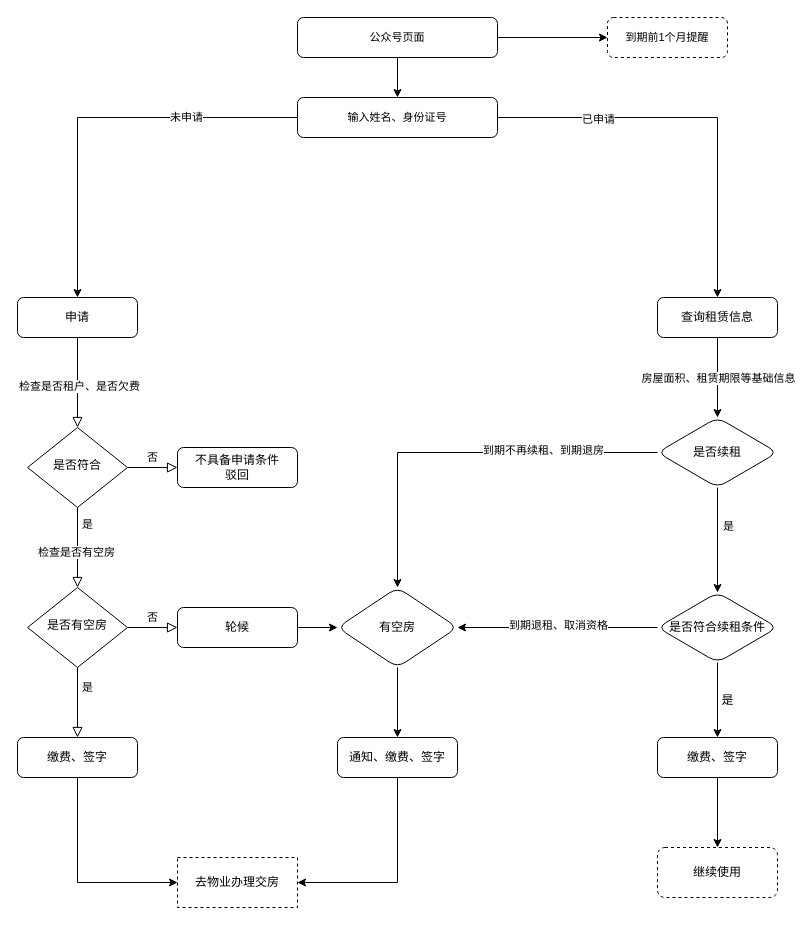
The draw.io diagram 未命名绘图.drawio in gaorock530/brainstorm, before the edit. Source tidied: cells renumbered, new cells numbered last; positions are measured from the earlier drawing's top-left corner, leaving out a move shared by most shapes. Both pictures are drawn from the tidied source at 100%, with x=0, y=0 at pixel (17, 17).
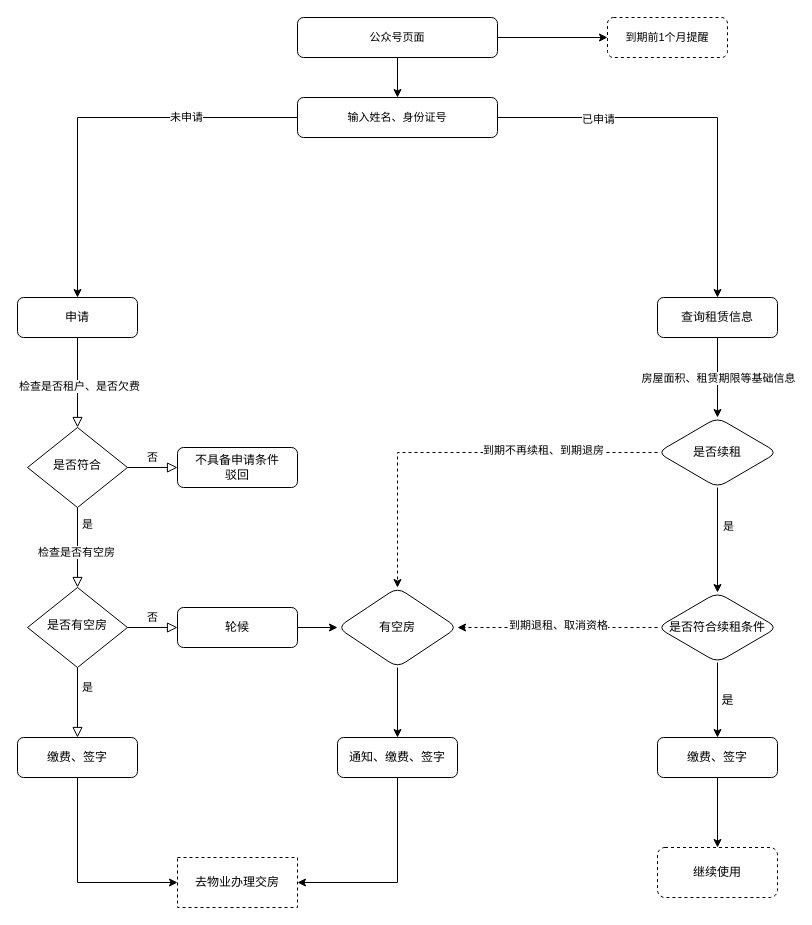
The same diagram, later.

Commit message:
更新未命名绘图.drawio

Unchanged cells that the change refers to:
```xml
<mxCell id="18" value="有空房" style="rhombus;whiteSpace=wrap;html=1;rounded=1;glass=0;strokeWidth=1;shadow=0;" parent="1" vertex="1">
  <mxGeometry x="320" y="570" width="120" height="80" as="geometry" />
</mxCell>
<mxCell id="37" value="是否续租" style="rhombus;whiteSpace=wrap;html=1;rounded=1;glass=0;strokeWidth=1;shadow=0;" parent="1" vertex="1">
  <mxGeometry x="640" y="400" width="120" height="70" as="geometry" />
</mxCell>
<mxCell id="41" value="是否符合续租条件" style="rhombus;whiteSpace=wrap;html=1;rounded=1;glass=0;strokeWidth=1;shadow=0;" parent="1" vertex="1">
  <mxGeometry x="640" y="575" width="120" height="70" as="geometry" />
</mxCell>
```

Diff of the diagram source:
```diff
@@
-    <mxCell id="35" style="edgeStyle=orthogonalEdgeStyle;rounded=0;jettySize=auto;html=1;entryX=0.5;entryY=0;entryDx=0;entryDy=0;" parent="1" edge="1" source="37" target="18">
+    <mxCell id="35" style="edgeStyle=orthogonalEdgeStyle;rounded=0;jettySize=auto;html=1;entryX=0.5;entryY=0;entryDx=0;entryDy=0;dashed=1;" parent="1" edge="1" source="37" target="18">
       <mxGeometry relative="1" as="geometry" />
     </mxCell>
@@
-    <mxCell id="38" style="edgeStyle=orthogonalEdgeStyle;rounded=0;jettySize=auto;html=1;entryX=1;entryY=0.5;entryDx=0;entryDy=0;" parent="1" edge="1" source="41" target="18">
+    <mxCell id="38" style="edgeStyle=orthogonalEdgeStyle;rounded=0;jettySize=auto;html=1;entryX=1;entryY=0.5;entryDx=0;entryDy=0;dashed=1;" parent="1" edge="1" source="41" target="18">
       <mxGeometry relative="1" as="geometry" />
     </mxCell>
```
